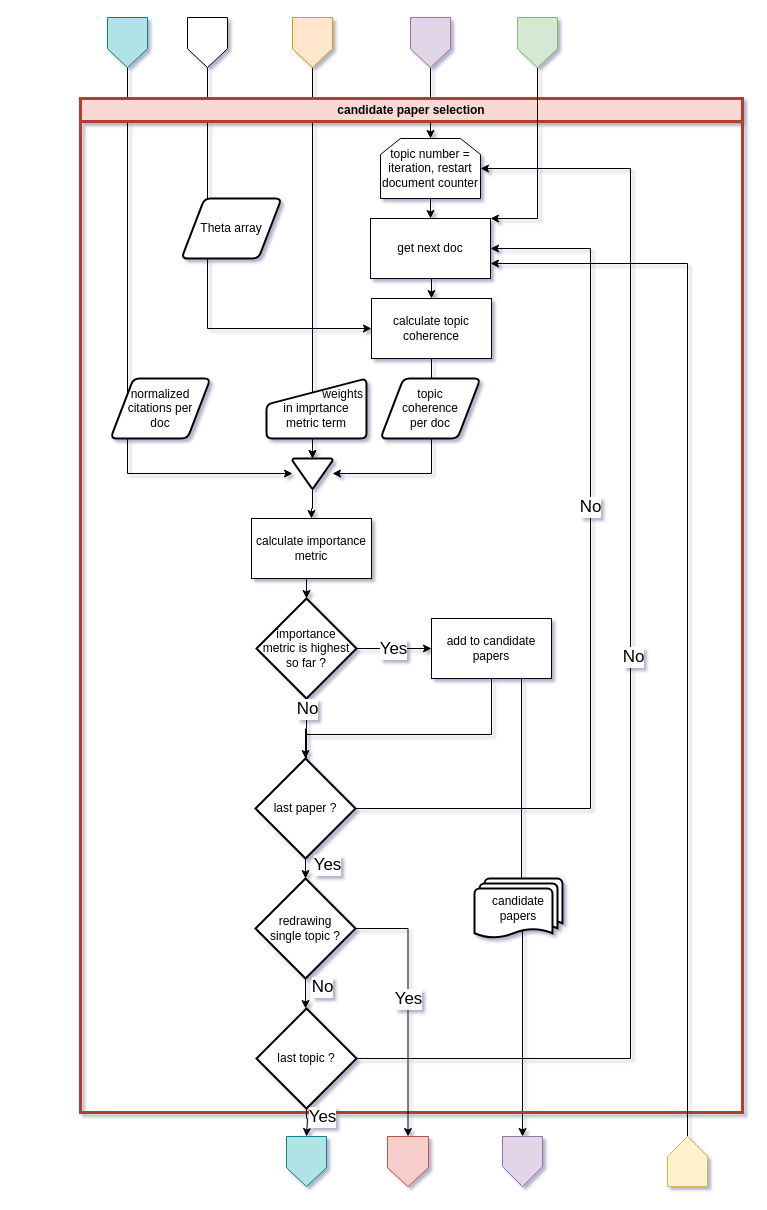
Above: page "Seite-5" (5 of 7) of mainSrc/literaturesurveyflowchart.drawio in PaulPuettbach/literature_study (draw.io), before the change. Source tidied: cells renumbered, new cells numbered last; positions are measured from the earlier drawing's top-left corner, leaving out a move shared by most shapes. Both pictures are drawn from the tidied source at 100%, with x=0, y=0 at pixel (80, 17).
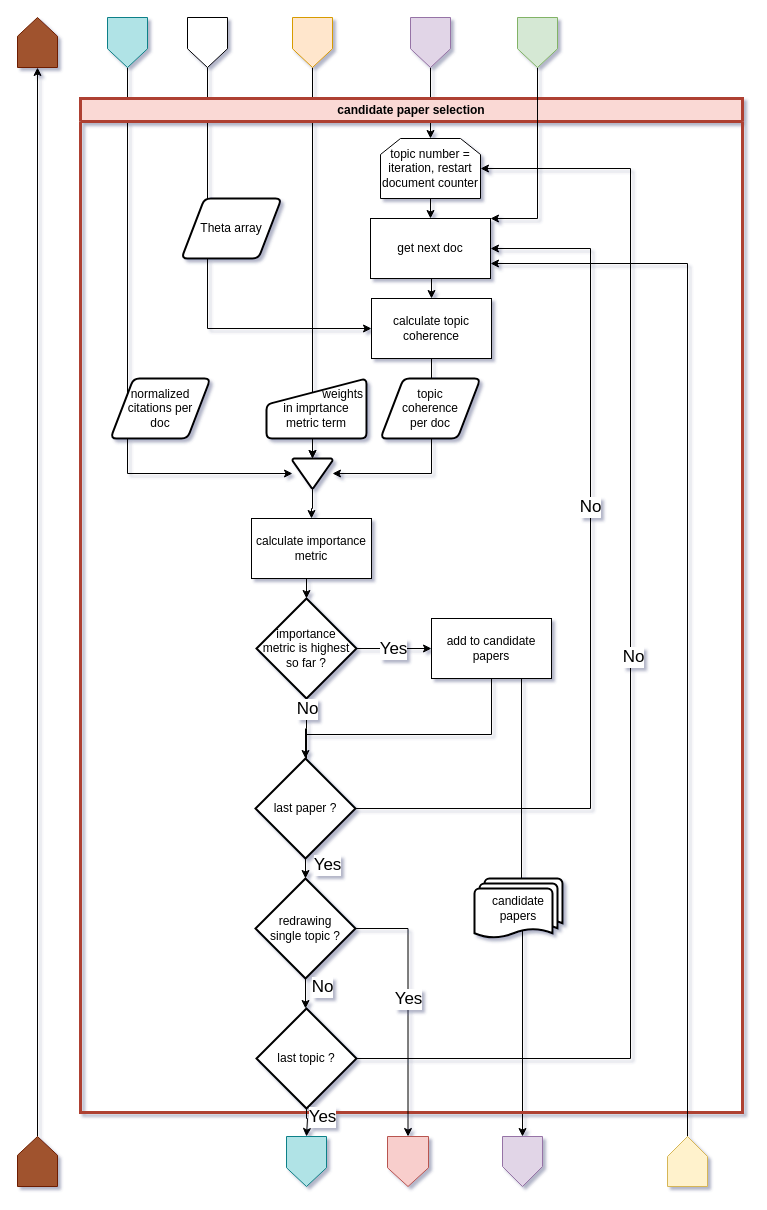
After the change.

What changed in the source:
```diff
@@
+    <mxCell id="59" style="edgeStyle=orthogonalEdgeStyle;rounded=0;jettySize=auto;html=1;exitX=0.5;exitY=1;exitDx=0;exitDy=0;entryX=0.5;entryY=0;entryDx=0;entryDy=0;" parent="1" edge="1" source="60" target="61">
+      <mxGeometry relative="1" as="geometry" />
+    </mxCell>
+    <mxCell id="60" style="shape=offPageConnector;whiteSpace=wrap;html=1;direction=west;fillColor=#a0522d;strokeColor=#6D1F00;fontColor=#ffffff;" parent="1" vertex="1">
+      <mxGeometry x="-63" y="1119" width="40" height="50" as="geometry" />
+    </mxCell>
+    <mxCell id="61" style="shape=offPageConnector;whiteSpace=wrap;html=1;direction=west;fillColor=#a0522d;strokeColor=#6D1F00;fontColor=#ffffff;" parent="1" vertex="1">
+      <mxGeometry x="-63" width="40" height="50" as="geometry" />
+    </mxCell>
```
